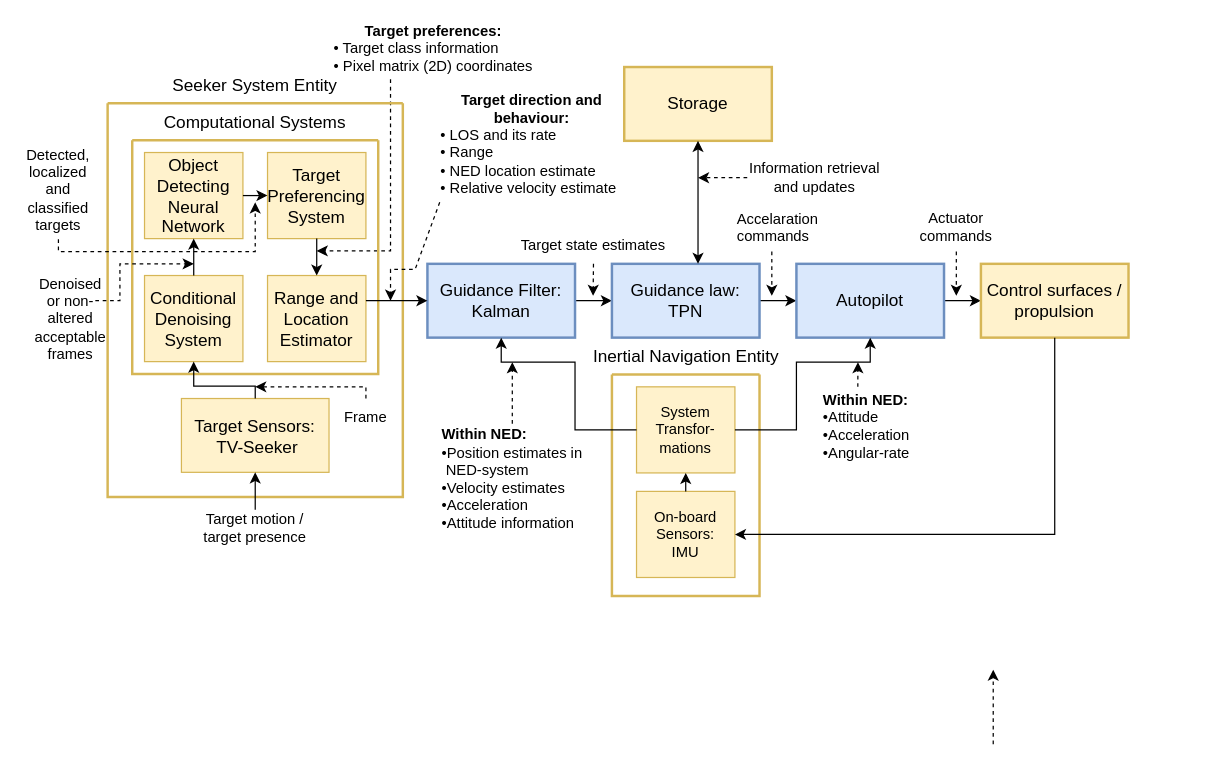
Before: Control-Topology.drawio in jukkajo/satunnaista-tavaraa, a draw.io diagram. Source tidied: cells renumbered, new cells numbered last; positions are measured from the earlier drawing's top-left corner, leaving out a move shared by most shapes. Both pictures are drawn from the tidied source at 123%, with x=0, y=0 at pixel (21, 30).
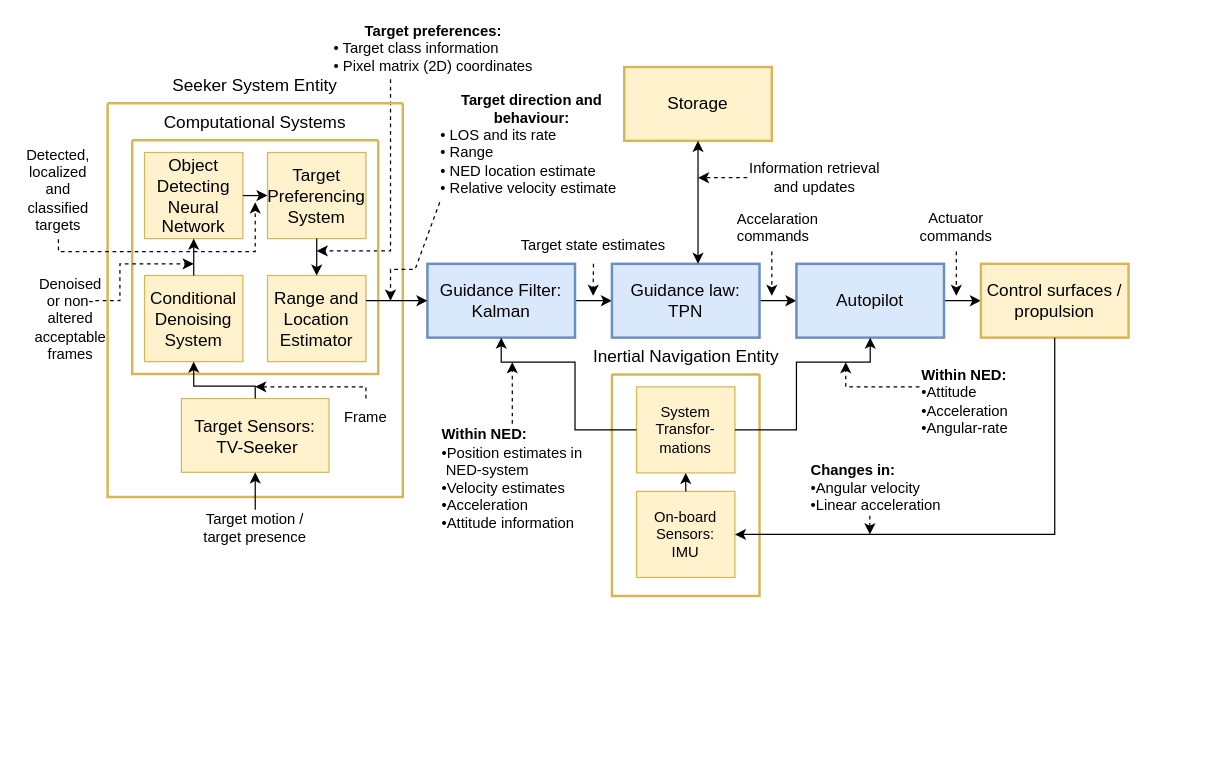
The same diagram, later.

Change to the diagram source:
```diff
@@
     <mxCell id="49" style="html=1;labelBackgroundColor=#ffffff;startArrow=none;startFill=0;startSize=6;endArrow=classic;endFill=1;endSize=6;jettySize=auto;orthogonalLoop=1;strokeWidth=1;dashed=1;fontSize=14;rounded=0;" parent="1" edge="1">
       <mxGeometry relative="1" as="geometry">
-        <mxPoint x="790" y="580.5" as="sourcePoint" />
-        <mxPoint x="790" y="520" as="targetPoint" />
+        <mxPoint x="689.7" y="394.8" as="sourcePoint" />
+        <mxPoint x="689.7" y="410" as="targetPoint" />
       </mxGeometry>
     </mxCell>
     <mxCell id="50" value="&lt;div&gt;&lt;b&gt;&lt;br&gt;&lt;/b&gt;&lt;/div&gt;&lt;div&gt;&lt;div&gt;&lt;b&gt;&lt;br&gt;&lt;/b&gt;&lt;/div&gt;&lt;b&gt;Within NED:&lt;/b&gt;&lt;/div&gt;&lt;div align=&quot;left&quot;&gt;&lt;font style=&quot;font-size: 12px;&quot;&gt;•Attitude&lt;br&gt;&lt;/font&gt;&lt;font style=&quot;font-size: 12px;&quot;&gt;•&lt;/font&gt;&lt;font style=&quot;font-size: 12px;&quot;&gt;Acceleration&lt;br&gt;&lt;/font&gt;&lt;font style=&quot;font-size: 12px;&quot;&gt;•&lt;/font&gt;&lt;font style=&quot;font-size: 12px;&quot;&gt;Angular-rate&lt;/font&gt;&lt;font style=&quot;font-size: 12px;&quot;&gt;&lt;br&gt;&lt;br&gt;&lt;/font&gt;&lt;/div&gt;" style="text;html=1;align=left;verticalAlign=middle;whiteSpace=wrap;rounded=0;" parent="1" vertex="1">
-      <mxGeometry x="650" y="280" width="220" height="70" as="geometry" />
+      <mxGeometry x="730" y="260" width="220" height="70" as="geometry" />
     </mxCell>
@@
-    <mxCell id="59" style="html=1;labelBackgroundColor=#ffffff;startArrow=none;startFill=0;startSize=6;endArrow=classic;endFill=1;endSize=6;jettySize=auto;strokeWidth=1;dashed=1;fontSize=14;rounded=0;exitX=0.136;exitY=0.143;exitDx=0;exitDy=0;exitPerimeter=0;" parent="1" edge="1" source="50">
+    <mxCell id="59" style="html=1;labelBackgroundColor=#ffffff;startArrow=none;startFill=0;startSize=6;endArrow=classic;endFill=1;endSize=6;jettySize=auto;strokeWidth=1;dashed=1;fontSize=14;rounded=0;exitX=0;exitY=0.429;exitDx=0;exitDy=0;exitPerimeter=0;" parent="1" edge="1" source="50">
       <mxGeometry relative="1" as="geometry">
-        <mxPoint x="680" y="270" as="targetPoint" />
+        <mxPoint x="670.1" y="270" as="targetPoint" />
+        <Array as="points">
+          <mxPoint x="670.1" y="290" />
+        </Array>
       </mxGeometry>
     </mxCell>
+    <mxCell id="60" value="&lt;div&gt;&lt;b&gt;&lt;br&gt;&lt;/b&gt;&lt;/div&gt;&lt;div&gt;&lt;div&gt;&lt;b&gt;&lt;br&gt;&lt;/b&gt;&lt;/div&gt;&lt;b&gt;Changes in:&lt;/b&gt;&lt;/div&gt;&lt;div align=&quot;left&quot;&gt;&lt;font style=&quot;font-size: 12px;&quot;&gt;•Angular velocity&lt;br&gt;&lt;/font&gt;&lt;font style=&quot;font-size: 12px;&quot;&gt;•&lt;/font&gt;&lt;font style=&quot;font-size: 12px;&quot;&gt;Linear acceleration&lt;/font&gt;&lt;font style=&quot;font-size: 12px;&quot;&gt;&lt;br&gt;&lt;br&gt;&lt;/font&gt;&lt;/div&gt;" style="text;html=1;align=left;verticalAlign=middle;whiteSpace=wrap;rounded=0;" parent="1" vertex="1">
+      <mxGeometry x="640" y="330" width="220" height="70" as="geometry" />
+    </mxCell>
```
